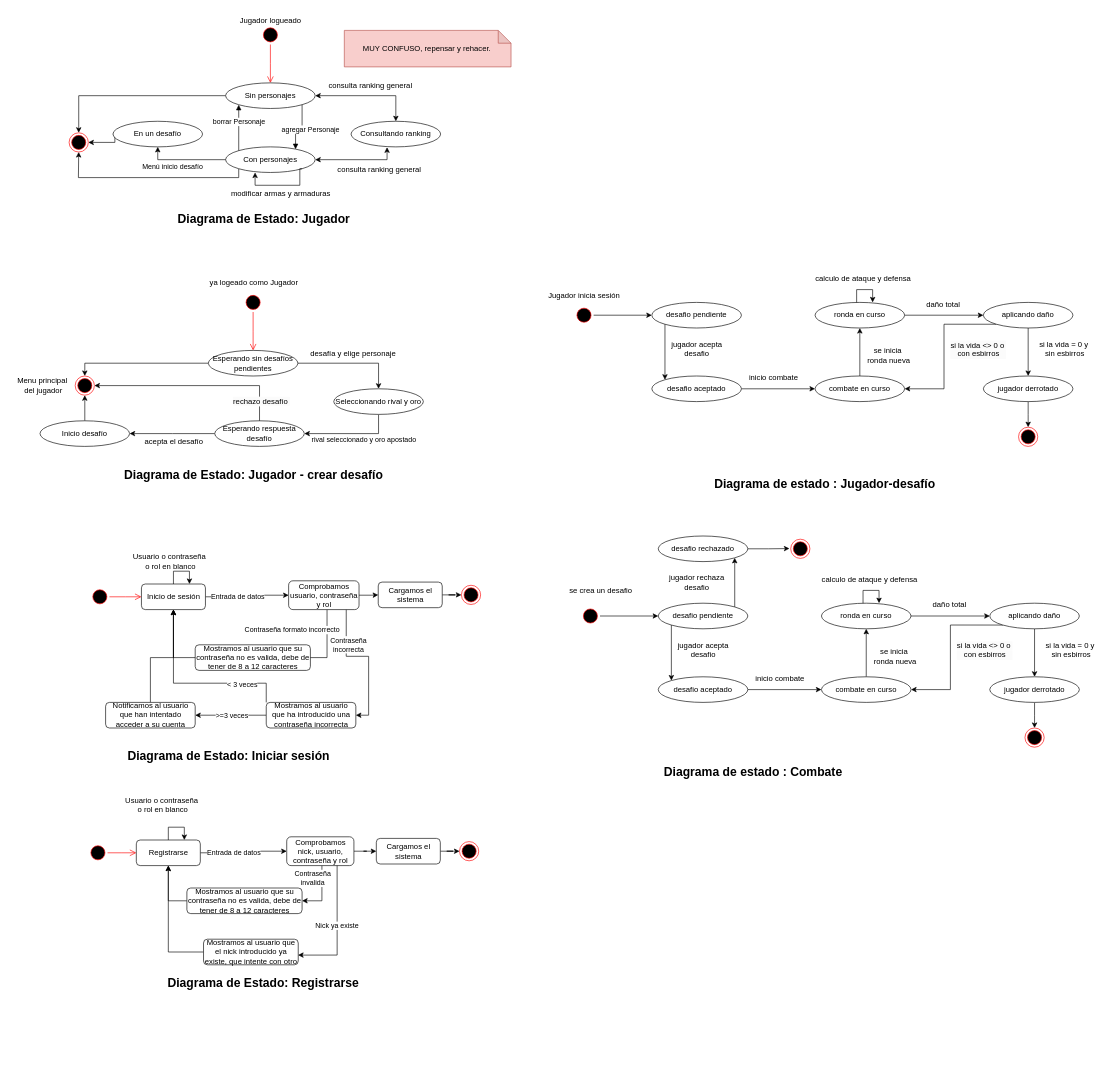
Before: page "2aPt - Diagrama de Estados" (4 of 6) of Grupo3MetodologiaProgramacion.drawio in Jordigb44/Grupo3MP, a draw.io diagram. Source tidied: cells renumbered, new cells numbered last; positions are measured from the earlier drawing's top-left corner, leaving out a move shared by most shapes. Both pictures are drawn from the tidied source at 64%, with x=0, y=0 at pixel (11, 11).
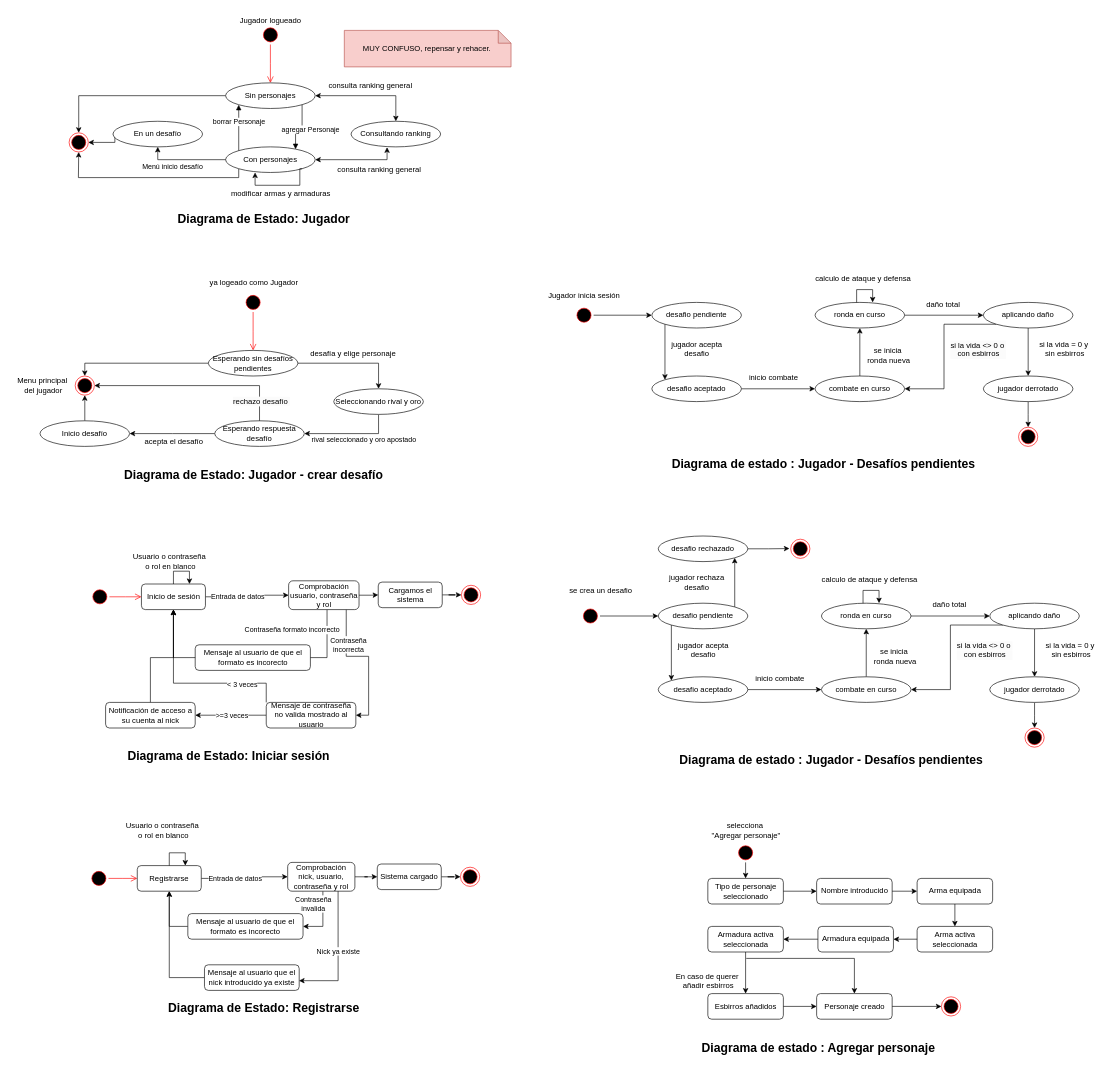
After the change.

Diff of the diagram source:
```diff
@@
-    <mxCell id="14" value="Comprobamos usuario, contraseña y rol" style="whiteSpace=wrap;html=1;rounded=1;" parent="1" vertex="1">
+    <mxCell id="14" value="Comprobación usuario, contraseña y rol" style="whiteSpace=wrap;html=1;rounded=1;" parent="1" vertex="1">
       <mxGeometry x="433.5" y="890" width="110" height="45" as="geometry" />
     </mxCell>
@@
     <mxCell id="19" style="ellipse;html=1;shape=startState;fillColor=#000000;strokeColor=#ff0000;" parent="1" vertex="1">
-      <mxGeometry x="120.5" y="1300" width="30" height="30" as="geometry" />
+      <mxGeometry x="122" y="1340" width="30" height="30" as="geometry" />
     </mxCell>
     <mxCell id="20" style="edgeStyle=orthogonalEdgeStyle;html=1;verticalAlign=bottom;endArrow=open;endSize=8;strokeColor=#ff0000;rounded=0;" parent="1" edge="1" source="19">
       <mxGeometry relative="1" as="geometry">
-        <mxPoint x="195.5" y="1315" as="targetPoint" />
+        <mxPoint x="197" y="1355" as="targetPoint" />
       </mxGeometry>
     </mxCell>
@@
     <mxCell id="23" value="Registrarse" style="whiteSpace=wrap;html=1;rounded=1;" parent="1" vertex="1">
-      <mxGeometry x="195.5" y="1295" width="100" height="40" as="geometry" />
+      <mxGeometry x="197" y="1335" width="100" height="40" as="geometry" />
     </mxCell>
     <mxCell id="24" style="edgeStyle=orthogonalEdgeStyle;rounded=0;orthogonalLoop=1;jettySize=auto;html=1;entryX=0.75;entryY=0;entryDx=0;entryDy=0;" parent="1" edge="1" source="23" target="23">
       <mxGeometry relative="1" as="geometry">
         <Array as="points">
-          <mxPoint x="245.5" y="1275" />
-          <mxPoint x="270.5" y="1275" />
+          <mxPoint x="247" y="1315" />
+          <mxPoint x="272" y="1315" />
         </Array>
       </mxGeometry>
     </mxCell>
     <mxCell id="25" value="Usuario o contraseña&lt;div&gt;&amp;nbsp;o rol en blanco&lt;/div&gt;" style="text;html=1;align=center;verticalAlign=middle;strokeColor=none;fillColor=none;" parent="1" vertex="1">
-      <mxGeometry x="164.5" y="1220" width="140" height="40" as="geometry" />
+      <mxGeometry x="166" y="1260" width="140" height="40" as="geometry" />
     </mxCell>
@@
     <mxCell id="27" style="edgeStyle=orthogonalEdgeStyle;rounded=0;jettySize=auto;html=1;entryX=1;entryY=0.5;entryDx=0;entryDy=0;" parent="1" edge="1" source="28" target="38">
       <mxGeometry relative="1" as="geometry">
         <Array as="points">
-          <mxPoint x="485.5" y="1390" />
+          <mxPoint x="487" y="1430" />
         </Array>
       </mxGeometry>
     </mxCell>
-    <mxCell id="28" value="Comprobamos nick, usuario, contraseña y rol" style="whiteSpace=wrap;html=1;rounded=1;" parent="1" vertex="1">
-      <mxGeometry x="430.5" y="1290" width="105" height="45" as="geometry" />
+    <mxCell id="28" value="Comprobación nick, usuario, contraseña y rol" style="whiteSpace=wrap;html=1;rounded=1;" parent="1" vertex="1">
+      <mxGeometry x="432" y="1330" width="105" height="45" as="geometry" />
     </mxCell>
@@
-    <mxCell id="30" value="Mostramos&amp;nbsp;al usuario que el nick introducido ya existe, que intente con otro" style="whiteSpace=wrap;html=1;rounded=1;" parent="1" vertex="1">
-      <mxGeometry x="300.5" y="1450" width="148" height="40" as="geometry" />
+    <mxCell id="30" value="Mensaje al usuario que el nick introducido ya existe" style="whiteSpace=wrap;html=1;rounded=1;" parent="1" vertex="1">
+      <mxGeometry x="302" y="1490" width="148" height="40" as="geometry" />
     </mxCell>
@@
     <mxCell id="33" style="ellipse;html=1;shape=endState;fillColor=#000000;strokeColor=#ff0000;" parent="1" vertex="1">
-      <mxGeometry x="700.5" y="1297.5" width="30" height="30" as="geometry" />
+      <mxGeometry x="702" y="1337.5" width="30" height="30" as="geometry" />
     </mxCell>
@@
-    <mxCell id="35" value="Cargamos el sistema" style="whiteSpace=wrap;html=1;rounded=1;" parent="1" vertex="1">
-      <mxGeometry x="570.5" y="1292.5" width="100" height="40" as="geometry" />
+    <mxCell id="35" value="Sistema cargado" style="whiteSpace=wrap;html=1;rounded=1;" parent="1" vertex="1">
+      <mxGeometry x="572" y="1332.5" width="100" height="40" as="geometry" />
     </mxCell>
     <mxCell id="36" value="Diagrama de Estado: Registrarse" style="text;html=1;align=center;verticalAlign=middle;whiteSpace=wrap;rounded=0;fontSize=19;fontStyle=1;" parent="1" vertex="1">
-      <mxGeometry x="98.5" y="1504" width="590" height="30" as="geometry" />
+      <mxGeometry x="100" y="1544" width="590" height="30" as="geometry" />
     </mxCell>
     <mxCell id="37" style="edgeStyle=orthogonalEdgeStyle;rounded=0;jettySize=auto;html=1;entryX=0.5;entryY=1;entryDx=0;entryDy=0;" parent="1" edge="1" source="38" target="23">
       <mxGeometry relative="1" as="geometry">
         <Array as="points">
-          <mxPoint x="245.5" y="1390" />
+          <mxPoint x="247" y="1430" />
         </Array>
       </mxGeometry>
     </mxCell>
-    <mxCell id="38" value="Mostramos al usuario que su contraseña no es valida, debe de tener de 8 a 12 caracteres" style="whiteSpace=wrap;html=1;rounded=1;" parent="1" vertex="1">
-      <mxGeometry x="274.5" y="1370" width="180" height="40" as="geometry" />
+    <mxCell id="38" value="Mensaje al usuario de que el formato es incorecto" style="whiteSpace=wrap;html=1;rounded=1;" parent="1" vertex="1">
+      <mxGeometry x="276" y="1410" width="180" height="40" as="geometry" />
     </mxCell>
     <mxCell id="39" value="&lt;div&gt;Contraseña&lt;/div&gt;&lt;div&gt;invalida&lt;/div&gt;" style="edgeLabel;html=1;align=center;verticalAlign=middle;imageAspect=0;" parent="1" vertex="1">
-      <mxGeometry x="420.5" y="1335" width="100" height="40" as="geometry" />
+      <mxGeometry x="422" y="1375" width="100" height="40" as="geometry" />
     </mxCell>
-    <mxCell id="40" value="Mostramos al usuario que su contraseña no es valida, debe de tener de 8 a 12 caracteres" style="whiteSpace=wrap;html=1;rounded=1;" parent="1" vertex="1">
+    <mxCell id="40" value="Mensaje al usuario de que el formato es incorecto" style="whiteSpace=wrap;html=1;rounded=1;" parent="1" vertex="1">
       <mxGeometry x="287.5" y="990" width="180" height="40" as="geometry" />
     </mxCell>
@@
-    <mxCell id="45" value="Mostramos al usuario que ha introducido una contraseña incorrecta" style="whiteSpace=wrap;html=1;rounded=1;" parent="1" vertex="1">
+    <mxCell id="45" value="Mensaje de contraseña no valida mostrado al usuario" style="whiteSpace=wrap;html=1;rounded=1;" parent="1" vertex="1">
       <mxGeometry x="398.5" y="1080" width="140" height="40" as="geometry" />
     </mxCell>
@@
-    <mxCell id="47" value="Notificamos al usuario que han intentado acceder a su cuenta" style="whiteSpace=wrap;html=1;rounded=1;" parent="1" vertex="1">
+    <mxCell id="47" value="Notificación de acceso a su cuenta al nick" style="whiteSpace=wrap;html=1;rounded=1;" parent="1" vertex="1">
       <mxGeometry x="147.5" y="1080" width="140" height="40" as="geometry" />
     </mxCell>
@@
-    <mxCell id="94" value="desafio pendiente" style="ellipse;whiteSpace=wrap;html=1;" parent="1" vertex="1">
+    <mxCell id="94" value="desafio pendiente" style="ellipse;whiteSpace=wrap;html=1;portConstraintRotation=0;" parent="1" vertex="1">
       <mxGeometry x="1011" y="925" width="140" height="40" as="geometry" />
     </mxCell>
@@
-    <mxCell id="96" value="desafio aceptado" style="ellipse;whiteSpace=wrap;html=1;" parent="1" vertex="1">
+    <mxCell id="96" value="desafio aceptado" style="ellipse;whiteSpace=wrap;html=1;portConstraintRotation=0;" parent="1" vertex="1">
       <mxGeometry x="1011" y="1040" width="140" height="40" as="geometry" />
     </mxCell>
@@
-    <mxCell id="99" value="combate en curso" style="ellipse;whiteSpace=wrap;html=1;" parent="1" vertex="1">
+    <mxCell id="99" value="combate en curso" style="ellipse;whiteSpace=wrap;html=1;portConstraintRotation=0;" parent="1" vertex="1">
       <mxGeometry x="1266" y="1040" width="140" height="40" as="geometry" />
     </mxCell>
@@
-    <mxCell id="102" value="desafio rechazado" style="ellipse;whiteSpace=wrap;html=1;" parent="1" vertex="1">
+    <mxCell id="102" value="desafio rechazado" style="ellipse;whiteSpace=wrap;html=1;portConstraintRotation=0;" parent="1" vertex="1">
       <mxGeometry x="1011" y="820" width="140" height="40" as="geometry" />
     </mxCell>
@@
-    <mxCell id="105" value="ronda en curso" style="ellipse;whiteSpace=wrap;html=1;" parent="1" vertex="1">
+    <mxCell id="105" value="ronda en curso" style="ellipse;whiteSpace=wrap;html=1;portConstraintRotation=0;" parent="1" vertex="1">
       <mxGeometry x="1266" y="925" width="140" height="40" as="geometry" />
     </mxCell>
@@
-    <mxCell id="111" value="aplicando daño" style="ellipse;whiteSpace=wrap;html=1;" parent="1" vertex="1">
+    <mxCell id="111" value="aplicando daño" style="ellipse;whiteSpace=wrap;html=1;portConstraintRotation=0;" parent="1" vertex="1">
       <mxGeometry x="1529" y="925" width="140" height="40" as="geometry" />
     </mxCell>
@@
-    <mxCell id="114" value="jugador derrotado" style="ellipse;whiteSpace=wrap;html=1;" parent="1" vertex="1">
+    <mxCell id="114" value="jugador derrotado" style="ellipse;whiteSpace=wrap;html=1;portConstraintRotation=0;" parent="1" vertex="1">
       <mxGeometry x="1529" y="1040" width="140" height="40" as="geometry" />
     </mxCell>
@@
-    <mxCell id="119" value="&lt;font style=&quot;font-size: 19px;&quot;&gt;&lt;b&gt;Diagrama de estado : Combate&lt;/b&gt;&lt;/font&gt;" style="text;html=1;align=center;verticalAlign=middle;strokeColor=none;fillColor=none;" parent="1" vertex="1">
-      <mxGeometry x="1009" y="1170" width="300" height="40" as="geometry" />
+    <mxCell id="119" value="&lt;font style=&quot;font-size: 19px;&quot;&gt;&lt;b&gt;Diagrama de estado : Jugador -&amp;nbsp;&lt;/b&gt;&lt;/font&gt;&lt;b style=&quot;font-size: 19px;&quot;&gt;Desafíos pendientes&lt;/b&gt;" style="text;html=1;align=center;verticalAlign=middle;strokeColor=none;fillColor=none;" parent="1" vertex="1">
+      <mxGeometry x="1031" y="1150" width="500" height="40" as="geometry" />
     </mxCell>
@@
-    <mxCell id="145" value="&lt;font style=&quot;font-size: 19px;&quot;&gt;&lt;b&gt;Diagrama de estado : Jugador-desafío&lt;/b&gt;&lt;/font&gt;" style="text;html=1;align=center;verticalAlign=middle;strokeColor=none;fillColor=none;" parent="1" vertex="1">
-      <mxGeometry x="1086" y="720" width="370" height="40" as="geometry" />
+    <mxCell id="145" value="&lt;font style=&quot;font-size: 19px;&quot;&gt;&lt;b&gt;Diagrama de estado : Jugador - Desafíos pendientes&lt;/b&gt;&lt;/font&gt;" style="text;html=1;align=center;verticalAlign=middle;strokeColor=none;fillColor=none;" parent="1" vertex="1">
+      <mxGeometry x="1019" y="688" width="500" height="40" as="geometry" />
     </mxCell>
@@
+    <mxCell id="148" style="edgeStyle=orthogonalEdgeStyle;rounded=0;jettySize=auto;html=1;exitX=0.5;exitY=1;exitDx=0;exitDy=0;entryX=0.5;entryY=0;entryDx=0;entryDy=0;" parent="1" edge="1" source="149" target="153">
+      <mxGeometry relative="1" as="geometry" />
+    </mxCell>
+    <mxCell id="149" style="ellipse;html=1;shape=startState;fillColor=#000000;strokeColor=#ff0000;" parent="1" vertex="1">
+      <mxGeometry x="1132.5" y="1300" width="30" height="30" as="geometry" />
+    </mxCell>
@@
+    <mxCell id="150" value="selecciona&amp;nbsp;&lt;div&gt;&quot;Agregar personaje&quot;&lt;/div&gt;" style="text;html=1;align=center;verticalAlign=middle;strokeColor=none;fillColor=none;" parent="1" vertex="1">
+      <mxGeometry x="1082.5" y="1260" width="130" height="40" as="geometry" />
+    </mxCell>
+    <mxCell id="151" style="ellipse;html=1;shape=endState;fillColor=#000000;strokeColor=#ff0000;" parent="1" vertex="1">
+      <mxGeometry x="1453.5" y="1540" width="30" height="30" as="geometry" />
+    </mxCell>
+    <mxCell id="152" value="&lt;font style=&quot;font-size: 19px;&quot;&gt;&lt;b&gt;Diagrama de estado : Agregar personaje&lt;/b&gt;&lt;/font&gt;" style="text;html=1;align=center;verticalAlign=middle;strokeColor=none;fillColor=none;" parent="1" vertex="1">
+      <mxGeometry x="1065.5" y="1600" width="390" height="40" as="geometry" />
+    </mxCell>
+    <mxCell id="153" value="Tipo de personaje seleccionado" style="whiteSpace=wrap;html=1;rounded=1;" parent="1" vertex="1">
+      <mxGeometry x="1088.5" y="1355" width="118" height="40" as="geometry" />
+    </mxCell>
+    <mxCell id="154" value="Nombre introducido" style="whiteSpace=wrap;html=1;rounded=1;" parent="1" vertex="1">
+      <mxGeometry x="1258.5" y="1355" width="118" height="40" as="geometry" />
+    </mxCell>
+    <mxCell id="155" style="endArrow=classic;html=1;rounded=0;exitX=1;exitY=0.5;exitDx=0;exitDy=0;entryX=0;entryY=0.5;entryDx=0;entryDy=0;" parent="1" edge="1" source="153" target="154">
+      <mxGeometry relative="1" as="geometry" />
+    </mxCell>
+    <mxCell id="156" value="Arma equipada" style="whiteSpace=wrap;html=1;rounded=1;" parent="1" vertex="1">
+      <mxGeometry x="1415.5" y="1355" width="118" height="40" as="geometry" />
+    </mxCell>
+    <mxCell id="157" style="endArrow=classic;html=1;rounded=0;exitX=1;exitY=0.5;exitDx=0;exitDy=0;entryX=0;entryY=0.5;entryDx=0;entryDy=0;" parent="1" edge="1" source="154" target="156">
+      <mxGeometry relative="1" as="geometry" />
+    </mxCell>
+    <mxCell id="158" value="Arma activa seleccionada" style="whiteSpace=wrap;html=1;rounded=1;" parent="1" vertex="1">
+      <mxGeometry x="1415.5" y="1430" width="118" height="40" as="geometry" />
+    </mxCell>
+    <mxCell id="159" style="endArrow=classic;html=1;rounded=0;exitX=0.5;exitY=1;exitDx=0;exitDy=0;entryX=0.5;entryY=0;entryDx=0;entryDy=0;" parent="1" edge="1" source="156" target="158">
+      <mxGeometry relative="1" as="geometry" />
+    </mxCell>
+    <mxCell id="160" value="Armadura equipada" style="whiteSpace=wrap;html=1;rounded=1;" parent="1" vertex="1">
+      <mxGeometry x="1260.5" y="1430" width="118" height="40" as="geometry" />
+    </mxCell>
+    <mxCell id="161" style="endArrow=classic;html=1;rounded=0;exitX=0;exitY=0.5;exitDx=0;exitDy=0;entryX=1;entryY=0.5;entryDx=0;entryDy=0;" parent="1" edge="1" source="158" target="160">
+      <mxGeometry relative="1" as="geometry" />
+    </mxCell>
+    <mxCell id="162" value="Armadura activa&lt;div&gt;seleccionada&lt;/div&gt;" style="whiteSpace=wrap;html=1;rounded=1;" parent="1" vertex="1">
+      <mxGeometry x="1088.5" y="1430" width="118" height="40" as="geometry" />
+    </mxCell>
+    <mxCell id="163" style="endArrow=classic;html=1;rounded=0;exitX=0;exitY=0.5;exitDx=0;exitDy=0;entryX=1;entryY=0.5;entryDx=0;entryDy=0;" parent="1" edge="1" source="160" target="162">
+      <mxGeometry relative="1" as="geometry" />
+    </mxCell>
+    <mxCell id="164" value="Esbirros añadidos" style="whiteSpace=wrap;html=1;rounded=1;" parent="1" vertex="1">
+      <mxGeometry x="1088.5" y="1535" width="118" height="40" as="geometry" />
+    </mxCell>
+    <mxCell id="165" value="Personaje creado" style="whiteSpace=wrap;html=1;rounded=1;" parent="1" vertex="1">
+      <mxGeometry x="1258.5" y="1535" width="118" height="40" as="geometry" />
+    </mxCell>
+    <mxCell id="166" style="endArrow=classic;html=1;rounded=0;exitX=0.5;exitY=1;exitDx=0;exitDy=0;entryX=0.5;entryY=0;entryDx=0;entryDy=0;" parent="1" edge="1" source="162" target="164">
+      <mxGeometry relative="1" as="geometry" />
+    </mxCell>
+    <mxCell id="167" style="endArrow=classic;html=1;rounded=0;exitX=1;exitY=0.5;exitDx=0;exitDy=0;entryX=0;entryY=0.5;entryDx=0;entryDy=0;" parent="1" edge="1" source="164" target="165">
+      <mxGeometry relative="1" as="geometry" />
+    </mxCell>
+    <mxCell id="168" style="endArrow=classic;html=1;rounded=0;exitX=1;exitY=0.5;exitDx=0;exitDy=0;entryX=0;entryY=0.5;entryDx=0;entryDy=0;" parent="1" edge="1" source="165" target="151">
+      <mxGeometry relative="1" as="geometry" />
+    </mxCell>
+    <mxCell id="169" style="endArrow=classic;html=1;rounded=0;entryX=0.5;entryY=0;entryDx=0;entryDy=0;" parent="1" edge="1" target="165">
+      <mxGeometry relative="1" as="geometry">
+        <mxPoint x="1148.5" y="1480" as="sourcePoint" />
+        <Array as="points">
+          <mxPoint x="1317.5" y="1480" />
+        </Array>
+      </mxGeometry>
+    </mxCell>
+    <mxCell id="170" value="En caso de querer&amp;nbsp;&lt;div&gt;añadir esbirros&lt;/div&gt;" style="text;html=1;align=center;verticalAlign=middle;strokeColor=none;fillColor=none;" parent="1" vertex="1">
+      <mxGeometry x="1028.5" y="1495" width="120" height="40" as="geometry" />
+    </mxCell>
```
